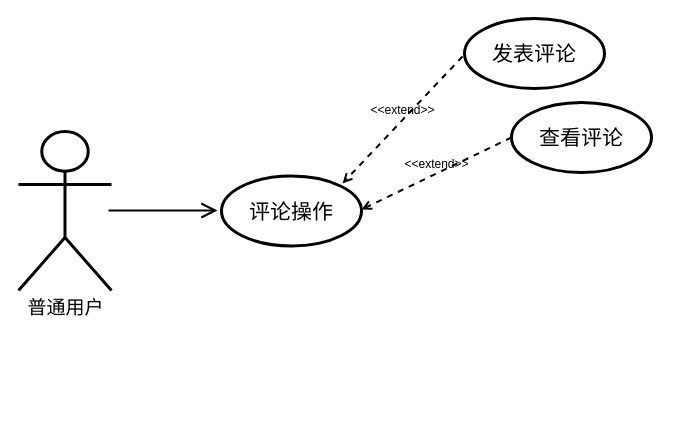
IRiDecenT/graph keeps this draw.io diagram as page "第 1 页" (1 of 3) of 相册管理.drawio. Above is the earlier version. Source tidied: cells renumbered, new cells numbered last; positions are measured from the earlier drawing's top-left corner, leaving out a move shared by most shapes. Both pictures are drawn from the tidied source at 100%, with x=0, y=0 at pixel (18, 18).
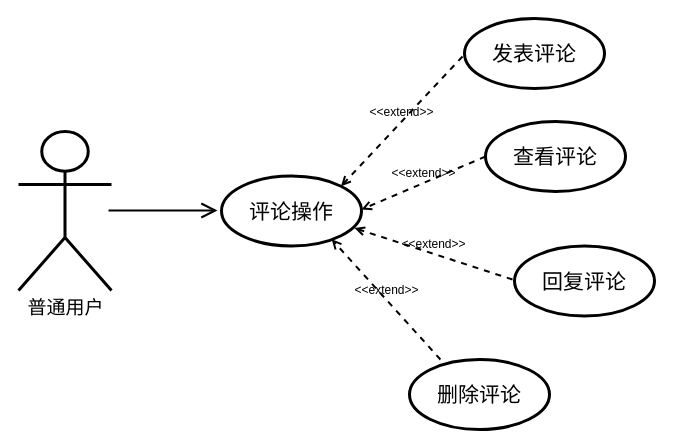
The same diagram, later.

Commit message (it also covers changes not shown here):
更新相册管理.drawio

Change to the diagram source:
```diff
@@
 <mxGraphModel>
   <root>
     <mxCell id="0" />
     <mxCell id="1" parent="0" />
     <mxCell id="2" value="&lt;font style=&quot;font-size: 19px;&quot;&gt;普通用户&lt;/font&gt;" style="shape=umlActor;verticalLabelPosition=bottom;verticalAlign=top;html=1;strokeWidth=3;" parent="1" vertex="1">
       <mxGeometry y="113" width="93" height="159" as="geometry" />
     </mxCell>
     <mxCell id="3" style="endArrow=open;endFill=1;endSize=12;html=1;rounded=0;strokeWidth=2;" parent="1" edge="1">
       <mxGeometry relative="1" as="geometry">
         <mxPoint x="90" y="192" as="sourcePoint" />
         <mxPoint x="199" y="192" as="targetPoint" />
       </mxGeometry>
     </mxCell>
     <mxCell id="4" value="&lt;span style=&quot;font-size: 21px;&quot;&gt;评论操作&lt;/span&gt;" style="ellipse;whiteSpace=wrap;html=1;strokeWidth=3;" parent="1" vertex="1">
       <mxGeometry x="203" y="157.5" width="140" height="70" as="geometry" />
     </mxCell>
     <mxCell id="5" value="&lt;span style=&quot;font-size: 21px;&quot;&gt;发表评论&lt;/span&gt;" style="ellipse;whiteSpace=wrap;html=1;strokeWidth=3;" parent="1" vertex="1">
       <mxGeometry x="446" width="140" height="70" as="geometry" />
     </mxCell>
-    <mxCell id="6" value="&lt;font style=&quot;font-size: 12px;&quot;&gt;&amp;lt;&amp;lt;extend&amp;gt;&amp;gt;&lt;/font&gt;" style="html=1;verticalAlign=bottom;labelBackgroundColor=none;endArrow=open;endFill=0;dashed=1;rounded=0;strokeWidth=2;" parent="1" edge="1">
+    <mxCell id="6" value="&lt;font style=&quot;font-size: 12px;&quot;&gt;&amp;lt;&amp;lt;extend&amp;gt;&amp;gt;&lt;/font&gt;" style="html=1;verticalAlign=bottom;labelBackgroundColor=none;endArrow=open;endFill=0;dashed=1;rounded=0;strokeWidth=2;entryX=1;entryY=0;entryDx=0;entryDy=0;" parent="1" edge="1" target="4">
       <mxGeometry relative="1" as="geometry">
         <mxPoint x="444" y="38" as="sourcePoint" />
-        <mxPoint x="324" y="165" as="targetPoint" />
       </mxGeometry>
     </mxCell>
     <mxCell id="7" value="&lt;span style=&quot;font-size: 21px;&quot;&gt;查看评论&lt;/span&gt;" style="ellipse;whiteSpace=wrap;html=1;strokeWidth=3;" parent="1" vertex="1">
-      <mxGeometry x="493" y="84" width="140" height="70" as="geometry" />
+      <mxGeometry x="467" y="103" width="140" height="70" as="geometry" />
     </mxCell>
     <mxCell id="8" value="&lt;font style=&quot;font-size: 12px;&quot;&gt;&amp;lt;&amp;lt;extend&amp;gt;&amp;gt;&lt;/font&gt;" style="html=1;verticalAlign=bottom;labelBackgroundColor=none;endArrow=open;endFill=0;dashed=1;rounded=0;strokeWidth=2;exitX=0;exitY=0.5;exitDx=0;exitDy=0;" parent="1" edge="1" source="7">
       <mxGeometry relative="1" as="geometry">
         <mxPoint x="343" y="191" as="targetPoint" />
       </mxGeometry>
     </mxCell>
+    <mxCell id="9" value="&lt;span style=&quot;font-size: 21px;&quot;&gt;回复评论&lt;/span&gt;" style="ellipse;whiteSpace=wrap;html=1;strokeWidth=3;" parent="1" vertex="1">
+      <mxGeometry x="496" y="227.5" width="140" height="70" as="geometry" />
+    </mxCell>
+    <mxCell id="10" value="&lt;font style=&quot;font-size: 12px;&quot;&gt;&amp;lt;&amp;lt;extend&amp;gt;&amp;gt;&lt;/font&gt;" style="html=1;verticalAlign=bottom;labelBackgroundColor=none;endArrow=open;endFill=0;dashed=1;rounded=0;strokeWidth=2;entryX=0.95;entryY=0.744;entryDx=0;entryDy=0;entryPerimeter=0;" parent="1" edge="1" target="4">
+      <mxGeometry relative="1" as="geometry">
+        <mxPoint x="494" y="261" as="sourcePoint" />
+      </mxGeometry>
+    </mxCell>
+    <mxCell id="11" value="&lt;span style=&quot;font-size: 21px;&quot;&gt;删除评论&lt;/span&gt;" style="ellipse;whiteSpace=wrap;html=1;strokeWidth=3;" parent="1" vertex="1">
+      <mxGeometry x="391" y="341" width="140" height="70" as="geometry" />
+    </mxCell>
+    <mxCell id="12" value="&lt;font style=&quot;font-size: 12px;&quot;&gt;&amp;lt;&amp;lt;extend&amp;gt;&amp;gt;&lt;/font&gt;" style="html=1;verticalAlign=bottom;labelBackgroundColor=none;endArrow=open;endFill=0;dashed=1;rounded=0;strokeWidth=2;entryX=0.787;entryY=0.904;entryDx=0;entryDy=0;entryPerimeter=0;exitX=0.221;exitY=0;exitDx=0;exitDy=0;exitPerimeter=0;" parent="1" edge="1" source="11" target="4">
+      <mxGeometry relative="1" as="geometry" />
+    </mxCell>
   </root>
 </mxGraphModel>
```
